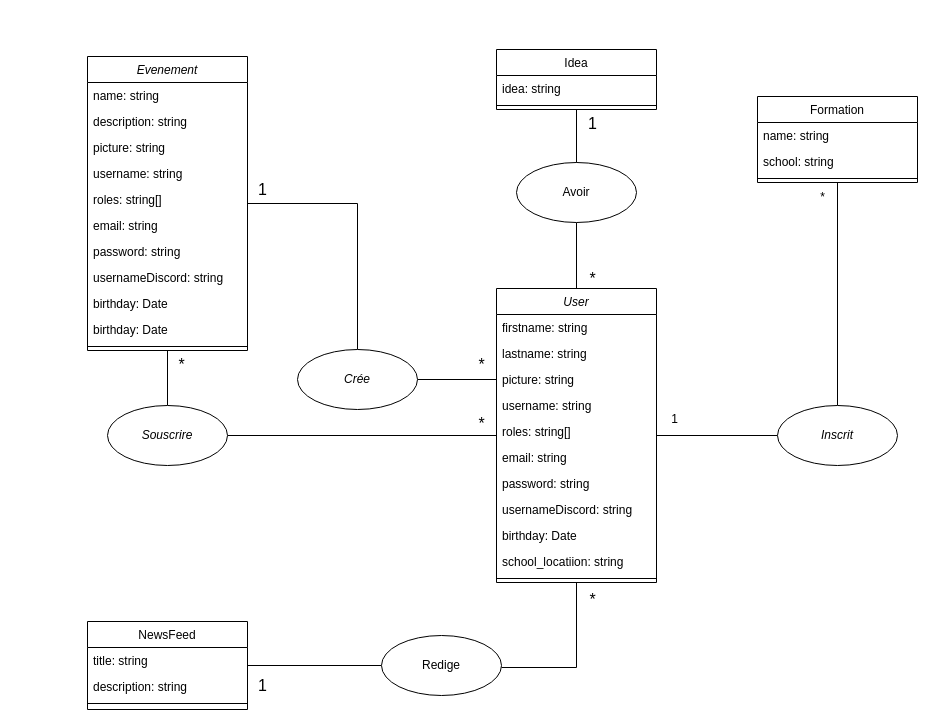
Thodler/bde keeps this draw.io diagram as conception/mcd.drawio. Above is the earlier version. Source tidied: cells renumbered, new cells numbered last; positions are measured from the earlier drawing's top-left corner, leaving out a move shared by most shapes. Both pictures are drawn from the tidied source at 100%, with x=0, y=0 at pixel (87, 49).
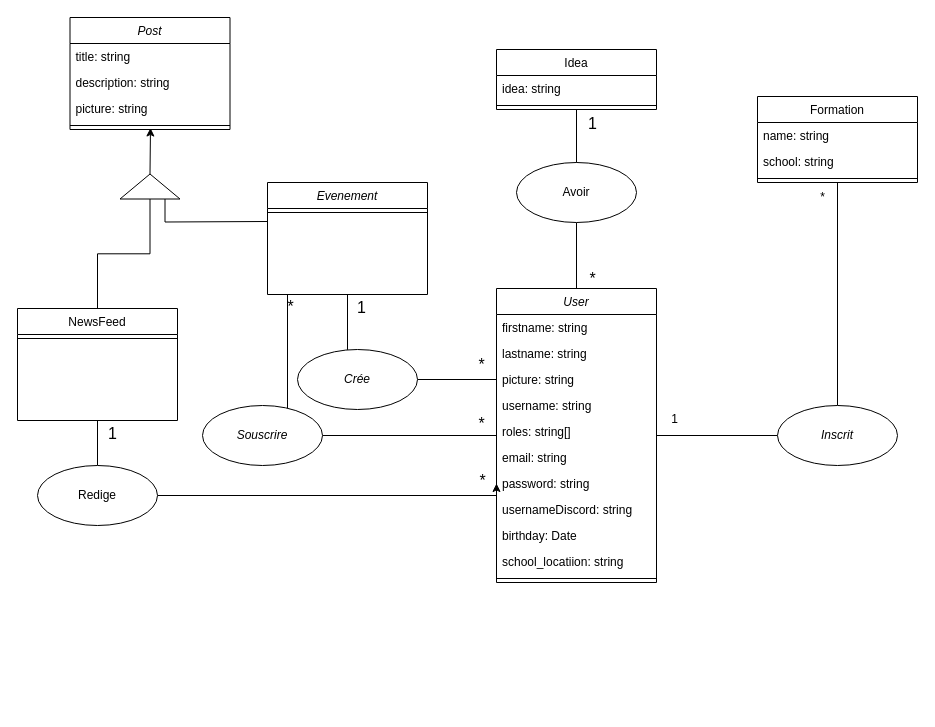
The same page after the edit.

Commit message:
[UPD] Mise à jour du MCD.

The change refers to these unchanged cells:
```xml
<mxCell id="4" value="User" style="swimlane;fontStyle=2;align=center;verticalAlign=top;horizontal=1;startSize=26;rounded=0;shadow=0;strokeWidth=1;" parent="1" vertex="1">
  <mxGeometry x="409" y="239" width="160" height="294" as="geometry" />
</mxCell>
<mxCell id="11" value="password: string" style="text;align=left;verticalAlign=top;spacingLeft=4;spacingRight=4;overflow=hidden;points=[[0,0.5],[1,0.5]];portConstraint=eastwest;rounded=0;shadow=0;html=0;" parent="4" vertex="1">
  <mxGeometry y="182" width="160" height="26" as="geometry" />
</mxCell>
```

Diff of the diagram source:
```diff
@@
+    <mxCell id="62" style="edgeStyle=orthogonalEdgeStyle;rounded=0;jettySize=auto;html=1;exitX=0.5;exitY=0;exitDx=0;exitDy=0;entryX=0;entryY=0.5;entryDx=0;entryDy=0;endArrow=none;endFill=0;" parent="1" edge="1" source="25" target="67">
+      <mxGeometry relative="1" as="geometry" />
+    </mxCell>
     <mxCell id="25" value="NewsFeed" style="swimlane;fontStyle=0;align=center;verticalAlign=top;horizontal=1;startSize=26;rounded=0;shadow=0;strokeWidth=1;" parent="1" vertex="1">
-      <mxGeometry y="572" width="160" height="88" as="geometry" />
+      <mxGeometry x="-70" y="259" width="160" height="112" as="geometry" />
     </mxCell>
-    <mxCell id="26" value="title: string" style="text;align=left;verticalAlign=top;spacingLeft=4;spacingRight=4;overflow=hidden;" parent="25" vertex="1">
-      <mxGeometry y="26" width="160" height="26" as="geometry" />
-    </mxCell>
-    <mxCell id="27" value="description: string" style="text;align=left;verticalAlign=top;spacingLeft=4;spacingRight=4;overflow=hidden;rounded=0;shadow=0;html=0;" parent="25" vertex="1">
-      <mxGeometry y="52" width="160" height="26" as="geometry" />
-    </mxCell>
     <mxCell id="28" style="line;html=1;strokeWidth=1;align=left;verticalAlign=middle;spacingTop=-1;spacingLeft=3;spacingRight=3;labelPosition=right;" parent="25" vertex="1">
-      <mxGeometry y="78" width="160" height="8" as="geometry" />
+      <mxGeometry y="26" width="160" height="8" as="geometry" />
     </mxCell>
@@
     <mxCell id="38" value="Evenement" style="swimlane;fontStyle=2;align=center;verticalAlign=top;horizontal=1;startSize=26;rounded=0;shadow=0;strokeWidth=1;" parent="1" vertex="1">
-      <mxGeometry y="7" width="160" height="294" as="geometry" />
+      <mxGeometry x="180" y="133" width="160" height="112" as="geometry" />
     </mxCell>
-    <mxCell id="39" value="name: string" style="text;align=left;verticalAlign=top;spacingLeft=4;spacingRight=4;overflow=hidden;" parent="38" vertex="1">
-      <mxGeometry y="26" width="160" height="26" as="geometry" />
-    </mxCell>
-    <mxCell id="40" value="description: string" style="text;align=left;verticalAlign=top;spacingLeft=4;spacingRight=4;overflow=hidden;rounded=0;shadow=0;html=0;" parent="38" vertex="1">
-      <mxGeometry y="52" width="160" height="26" as="geometry" />
-    </mxCell>
-    <mxCell id="41" value="picture: string" style="text;align=left;verticalAlign=top;spacingLeft=4;spacingRight=4;overflow=hidden;rounded=0;shadow=0;html=0;" parent="38" vertex="1">
-      <mxGeometry y="78" width="160" height="26" as="geometry" />
-    </mxCell>
-    <mxCell id="42" value="username: string" style="text;align=left;verticalAlign=top;spacingLeft=4;spacingRight=4;overflow=hidden;rounded=0;shadow=0;html=0;" parent="38" vertex="1">
-      <mxGeometry y="104" width="160" height="26" as="geometry" />
-    </mxCell>
-    <mxCell id="43" value="roles: string[]" style="text;align=left;verticalAlign=top;spacingLeft=4;spacingRight=4;overflow=hidden;rounded=0;shadow=0;html=0;" parent="38" vertex="1">
-      <mxGeometry y="130" width="160" height="26" as="geometry" />
-    </mxCell>
-    <mxCell id="44" value="email: string" style="text;align=left;verticalAlign=top;spacingLeft=4;spacingRight=4;overflow=hidden;rounded=0;shadow=0;html=0;" parent="38" vertex="1">
-      <mxGeometry y="156" width="160" height="26" as="geometry" />
-    </mxCell>
-    <mxCell id="45" value="password: string" style="text;align=left;verticalAlign=top;spacingLeft=4;spacingRight=4;overflow=hidden;rounded=0;shadow=0;html=0;" parent="38" vertex="1">
-      <mxGeometry y="182" width="160" height="26" as="geometry" />
-    </mxCell>
-    <mxCell id="46" value="usernameDiscord: string" style="text;align=left;verticalAlign=top;spacingLeft=4;spacingRight=4;overflow=hidden;rounded=0;shadow=0;html=0;" parent="38" vertex="1">
-      <mxGeometry y="208" width="160" height="26" as="geometry" />
-    </mxCell>
-    <mxCell id="47" value="birthday: Date" style="text;align=left;verticalAlign=top;spacingLeft=4;spacingRight=4;overflow=hidden;rounded=0;shadow=0;html=0;" parent="38" vertex="1">
-      <mxGeometry y="234" width="160" height="26" as="geometry" />
-    </mxCell>
-    <mxCell id="48" value="birthday: Date" style="text;align=left;verticalAlign=top;spacingLeft=4;spacingRight=4;overflow=hidden;rounded=0;shadow=0;html=0;" parent="38" vertex="1">
-      <mxGeometry y="260" width="160" height="26" as="geometry" />
-    </mxCell>
     <mxCell id="49" style="line;html=1;strokeWidth=1;align=left;verticalAlign=middle;spacingTop=-1;spacingLeft=3;spacingRight=3;labelPosition=right;" parent="38" vertex="1">
-      <mxGeometry y="286" width="160" height="8" as="geometry" />
+      <mxGeometry y="26" width="160" height="8" as="geometry" />
     </mxCell>
@@
     <mxCell id="52" style="edgeStyle=orthogonalEdgeStyle;rounded=0;jettySize=auto;html=1;entryX=0.5;entryY=1;entryDx=0;entryDy=0;endArrow=none;endFill=0;" parent="1" edge="1" source="53" target="38">
-      <mxGeometry relative="1" as="geometry" />
+      <mxGeometry relative="1" as="geometry">
+        <Array as="points">
+          <mxPoint x="200" y="245" />
+        </Array>
+      </mxGeometry>
     </mxCell>
     <mxCell id="53" value="Souscrire" style="ellipse;whiteSpace=wrap;html=1;verticalAlign=middle;fontStyle=2;startSize=26;rounded=0;shadow=0;strokeWidth=1;" parent="1" vertex="1">
-      <mxGeometry x="20" y="356" width="120" height="60" as="geometry" />
+      <mxGeometry x="115" y="356" width="120" height="60" as="geometry" />
     </mxCell>
     <mxCell id="54" value="1" style="text;html=1;align=center;verticalAlign=middle;strokeColor=none;fillColor=none;fontSize=16;" parent="1" vertex="1">
-      <mxGeometry x="165" y="130" width="20" height="20" as="geometry" />
+      <mxGeometry x="264" y="248" width="20" height="20" as="geometry" />
     </mxCell>
@@
     <mxCell id="57" value="*" style="text;html=1;align=center;verticalAlign=middle;strokeColor=none;fillColor=none;fontSize=16;" parent="1" vertex="1">
-      <mxGeometry x="84" y="305" width="20" height="20" as="geometry" />
+      <mxGeometry x="193" y="247" width="20" height="20" as="geometry" />
     </mxCell>
-    <mxCell id="58" style="edgeStyle=orthogonalEdgeStyle;rounded=0;jettySize=auto;html=1;entryX=0.5;entryY=1;entryDx=0;entryDy=0;fontSize=16;endArrow=none;endFill=0;" parent="1" edge="1" source="59" target="4">
-      <mxGeometry relative="1" as="geometry">
-        <Array as="points">
-          <mxPoint x="489" y="618" />
-        </Array>
-      </mxGeometry>
-    </mxCell>
+    <mxCell id="63" style="edgeStyle=orthogonalEdgeStyle;rounded=0;jettySize=auto;html=1;entryX=0;entryY=0.5;entryDx=0;entryDy=0;" parent="1" edge="1" source="59" target="11">
+      <mxGeometry relative="1" as="geometry">
+        <Array as="points">
+          <mxPoint x="409" y="446" />
+        </Array>
+      </mxGeometry>
+    </mxCell>
     <mxCell id="59" value="Redige" style="ellipse;whiteSpace=wrap;html=1;verticalAlign=middle;fontStyle=0;startSize=26;rounded=0;shadow=0;strokeWidth=1;" parent="1" vertex="1">
-      <mxGeometry x="294" y="586" width="120" height="60" as="geometry" />
+      <mxGeometry x="-50" y="416" width="120" height="60" as="geometry" />
     </mxCell>
     <mxCell id="60" value="*" style="text;html=1;align=center;verticalAlign=middle;strokeColor=none;fillColor=none;fontSize=16;" parent="1" vertex="1">
-      <mxGeometry x="495" y="540" width="20" height="20" as="geometry" />
+      <mxGeometry x="385" y="421" width="20" height="20" as="geometry" />
     </mxCell>
     <mxCell id="61" value="1" style="text;html=1;align=center;verticalAlign=middle;strokeColor=none;fillColor=none;fontSize=16;" parent="1" vertex="1">
-      <mxGeometry x="165" y="626" width="20" height="20" as="geometry" />
+      <mxGeometry x="15" y="374" width="20" height="20" as="geometry" />
     </mxCell>
+    <mxCell id="64" value="Post" style="swimlane;fontStyle=2;align=center;verticalAlign=top;horizontal=1;startSize=26;rounded=0;shadow=0;strokeWidth=1;" parent="1" vertex="1">
+      <mxGeometry x="-17.5" y="-32" width="160" height="112" as="geometry" />
+    </mxCell>
+    <mxCell id="26" value="title: string" style="text;align=left;verticalAlign=top;spacingLeft=4;spacingRight=4;overflow=hidden;" parent="64" vertex="1">
+      <mxGeometry y="26" width="160" height="26" as="geometry" />
+    </mxCell>
+    <mxCell id="65" value="description: string" style="text;align=left;verticalAlign=top;spacingLeft=4;spacingRight=4;overflow=hidden;rounded=0;shadow=0;html=0;" parent="64" vertex="1">
+      <mxGeometry y="52" width="160" height="26" as="geometry" />
+    </mxCell>
+    <mxCell id="41" value="picture: string" style="text;align=left;verticalAlign=top;spacingLeft=4;spacingRight=4;overflow=hidden;rounded=0;shadow=0;html=0;" parent="64" vertex="1">
+      <mxGeometry y="78" width="160" height="26" as="geometry" />
+    </mxCell>
+    <mxCell id="66" style="line;html=1;strokeWidth=1;align=left;verticalAlign=middle;spacingTop=-1;spacingLeft=3;spacingRight=3;labelPosition=right;points=[];portConstraint=eastwest;" parent="64" vertex="1">
+      <mxGeometry y="104" width="160" height="8" as="geometry" />
+    </mxCell>
+    <mxCell id="67" style="triangle;whiteSpace=wrap;html=1;rotation=-90;" parent="1" vertex="1">
+      <mxGeometry x="50" y="107" width="25" height="60" as="geometry" />
+    </mxCell>
+    <mxCell id="68" style="edgeStyle=orthogonalEdgeStyle;rounded=0;jettySize=auto;html=1;entryX=0;entryY=0.75;entryDx=0;entryDy=0;endArrow=none;endFill=0;" parent="1" edge="1" target="67">
+      <mxGeometry relative="1" as="geometry">
+        <mxPoint x="180" y="172" as="sourcePoint" />
+      </mxGeometry>
+    </mxCell>
+    <mxCell id="69" style="endArrow=classic;html=1;rounded=0;exitX=1;exitY=0.5;exitDx=0;exitDy=0;entryX=0.503;entryY=0.813;entryDx=0;entryDy=0;entryPerimeter=0;" parent="1" edge="1" source="67" target="66">
+      <mxGeometry relative="1" as="geometry" />
+    </mxCell>
```
